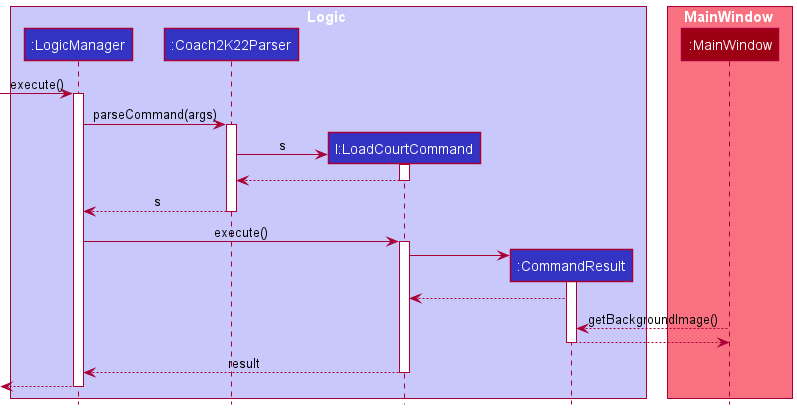
Above: docs/images/LoadCourtSequenceDiagram.png in prgJ/tp (PlantUML), before the change.
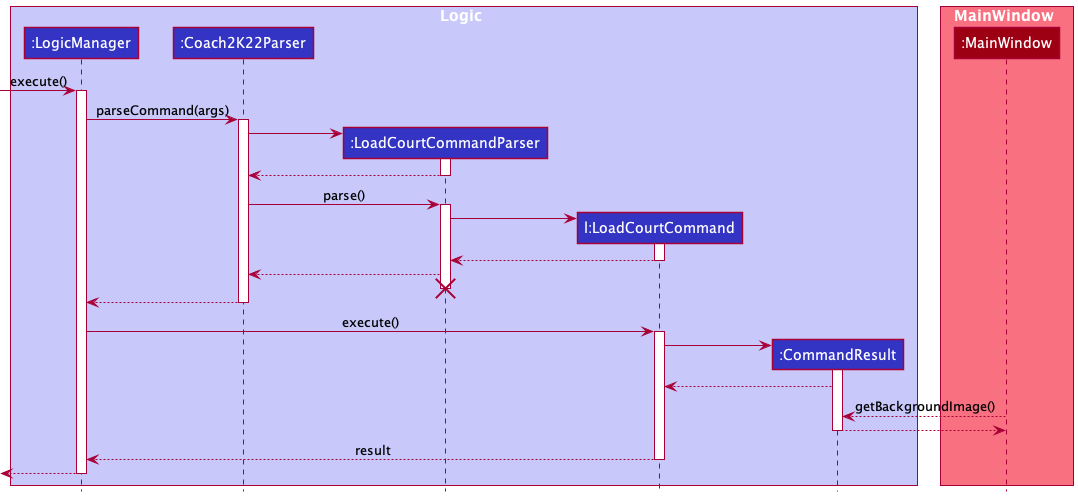
Later version of the same file.

Commit message:
Fix loadcourtcommand diagram bug

The edit, as a diff of the source:
```diff
@@ -4,6 +4,7 @@
 box Logic LOGIC_COLOR_T1
 participant ":LogicManager" as LogicManager LOGIC_COLOR
 participant ":Coach2K22Parser" as Coach2K22Parser LOGIC_COLOR
+participant ":LoadCourtCommandParser" as LoadCourtCommandParser LOGIC_COLOR
 participant "l:LoadCourtCommand" as LoadCourtCommand LOGIC_COLOR
 participant ":CommandResult" as CommandResult LOGIC_COLOR
 end box
@@ -18,14 +19,29 @@
 LogicManager -> Coach2K22Parser : parseCommand(args)
 activate Coach2K22Parser
 
+create LoadCourtCommandParser
+Coach2K22Parser -> LoadCourtCommandParser
+activate LoadCourtCommandParser
+
+LoadCourtCommandParser --> Coach2K22Parser
+deactivate LoadCourtCommandParser
+
+Coach2K22Parser -> LoadCourtCommandParser : parse()
+activate LoadCourtCommandParser
+
 create LoadCourtCommand
-Coach2K22Parser -> LoadCourtCommand : s
+LoadCourtCommandParser -> LoadCourtCommand
 activate LoadCourtCommand
 
-LoadCourtCommand --> Coach2K22Parser
+LoadCourtCommand --> LoadCourtCommandParser
 deactivate LoadCourtCommand
 
-Coach2K22Parser --> LogicManager : s
+LoadCourtCommandParser --> Coach2K22Parser
+
+LoadCourtCommandParser -[hidden]-> Coach2K22Parser
+destroy LoadCourtCommandParser
+
+Coach2K22Parser --> LogicManager
 deactivate Coach2K22Parser
 
 LogicManager -> LoadCourtCommand : execute()
```
